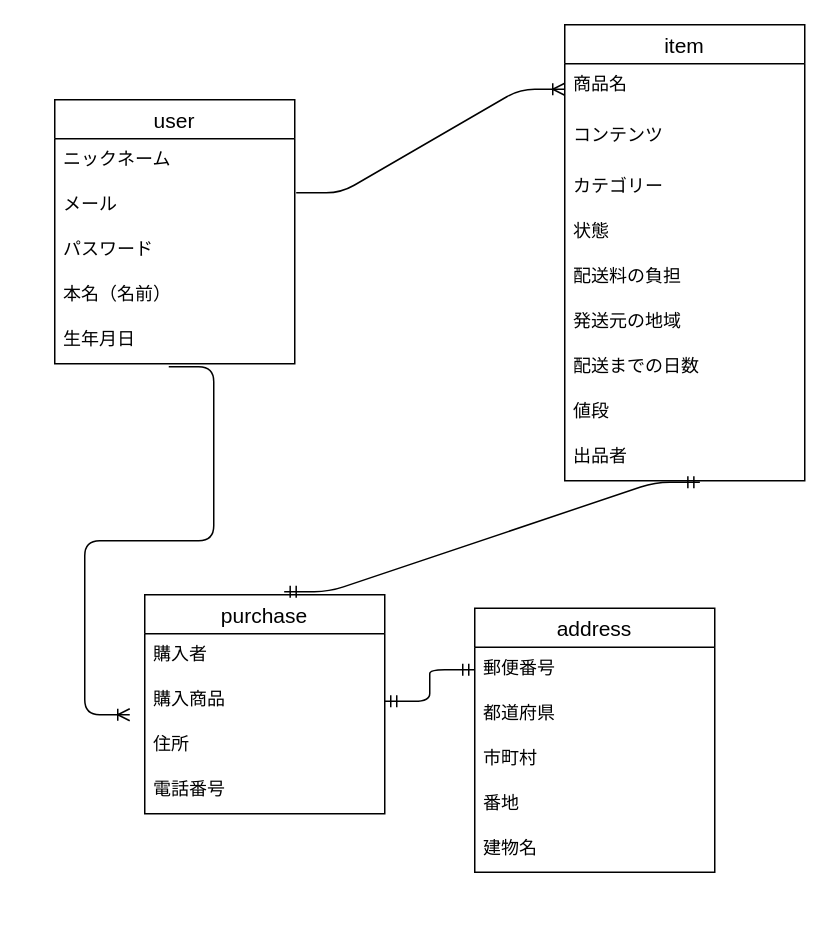
Taka41802/furima-41802 keeps this draw.io diagram as furima.dio. Above is the earlier version. Source tidied: cells renumbered, new cells numbered last; positions are measured from the earlier drawing's top-left corner, leaving out a move shared by most shapes. Both pictures are drawn from the tidied source at 150%, with x=0, y=0 at pixel (54, 24).
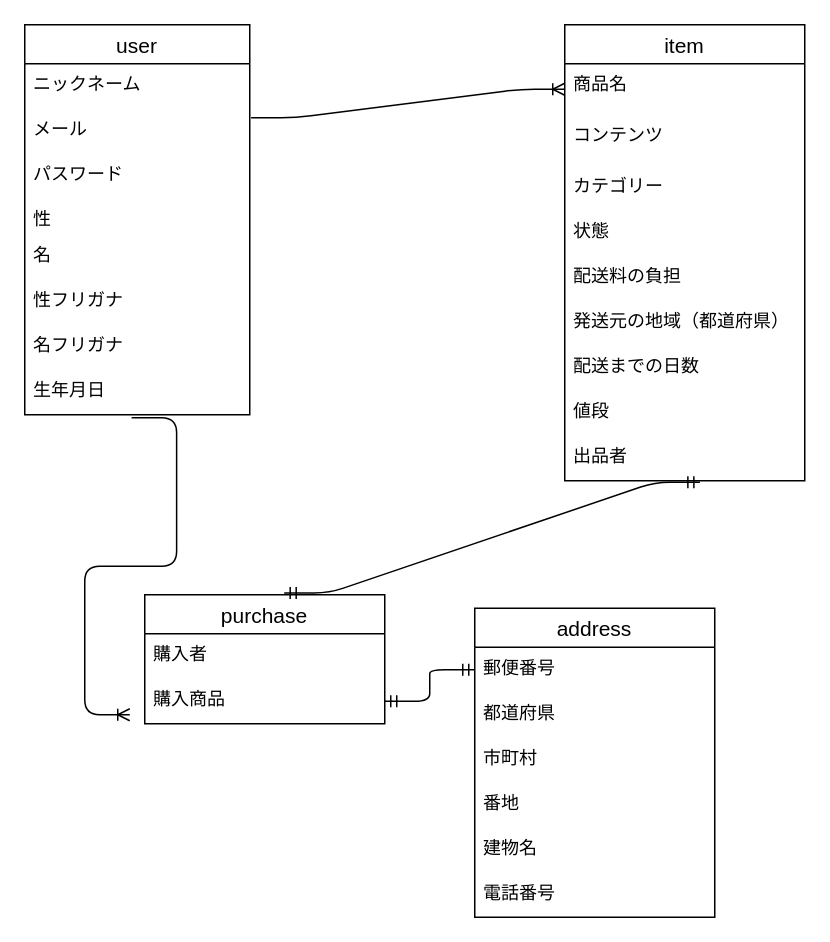
The same page after the edit.

Unchanged cells that the change refers to:
```xml
<mxCell id="2" value="item" style="swimlane;fontStyle=0;horizontal=1;startSize=26;align=center;fontSize=14;" parent="1" vertex="1">
  <mxGeometry x="340" width="160" height="304" as="geometry" />
</mxCell>
```

What changed in the source:
```diff
@@
-    <mxCell id="8" value="発送元の地域" style="text;strokeColor=none;fillColor=none;spacingLeft=4;spacingRight=4;overflow=hidden;fontSize=12;" parent="2" vertex="1">
-      <mxGeometry y="184" width="160" height="30" as="geometry" />
-    </mxCell>
+    <mxCell id="33" value="発送元の地域（都道府県）" style="text;strokeColor=none;fillColor=none;spacingLeft=4;spacingRight=4;overflow=hidden;fontSize=12;" parent="2" vertex="1">
+      <mxGeometry y="184" width="160" height="30" as="geometry" />
+    </mxCell>
@@
     <mxCell id="12" value="user" style="swimlane;fontStyle=0;horizontal=1;startSize=26;align=center;fontSize=14;" parent="1" vertex="1">
-      <mxGeometry y="50" width="160" height="176" as="geometry" />
+      <mxGeometry x="-20" width="150" height="260" as="geometry" />
     </mxCell>
     <mxCell id="13" value="ニックネーム" style="text;strokeColor=none;fillColor=none;spacingLeft=4;spacingRight=4;overflow=hidden;fontSize=12;" parent="12" vertex="1">
-      <mxGeometry y="26" width="160" height="30" as="geometry" />
+      <mxGeometry y="26" width="150" height="30" as="geometry" />
     </mxCell>
     <mxCell id="14" value="メール" style="text;strokeColor=none;fillColor=none;spacingLeft=4;spacingRight=4;overflow=hidden;points=[[0,0.5],[1,0.5]];portConstraint=eastwest;fontSize=12;" parent="12" vertex="1">
-      <mxGeometry y="56" width="160" height="30" as="geometry" />
+      <mxGeometry y="56" width="150" height="30" as="geometry" />
     </mxCell>
     <mxCell id="15" value="パスワード" style="text;strokeColor=none;fillColor=none;spacingLeft=4;spacingRight=4;overflow=hidden;fontSize=12;" parent="12" vertex="1">
-      <mxGeometry y="86" width="160" height="30" as="geometry" />
+      <mxGeometry y="86" width="150" height="30" as="geometry" />
     </mxCell>
-    <mxCell id="16" value="本名（名前）" style="text;strokeColor=none;fillColor=none;spacingLeft=4;spacingRight=4;overflow=hidden;fontSize=12;" parent="12" vertex="1">
-      <mxGeometry y="116" width="160" height="30" as="geometry" />
+    <mxCell id="16" value="性" style="text;strokeColor=none;fillColor=none;spacingLeft=4;spacingRight=4;overflow=hidden;fontSize=12;" parent="12" vertex="1">
+      <mxGeometry y="116" width="150" height="24" as="geometry" />
     </mxCell>
+    <mxCell id="34" value="名" style="text;strokeColor=none;fillColor=none;spacingLeft=4;spacingRight=4;overflow=hidden;fontSize=12;" parent="12" vertex="1">
+      <mxGeometry y="140" width="150" height="30" as="geometry" />
+    </mxCell>
+    <mxCell id="35" value="性フリガナ&#10;" style="text;strokeColor=none;fillColor=none;spacingLeft=4;spacingRight=4;overflow=hidden;fontSize=12;" parent="12" vertex="1">
+      <mxGeometry y="170" width="150" height="30" as="geometry" />
+    </mxCell>
+    <mxCell id="36" value="名フリガナ" style="text;strokeColor=none;fillColor=none;spacingLeft=4;spacingRight=4;overflow=hidden;fontSize=12;" parent="12" vertex="1">
+      <mxGeometry y="200" width="150" height="30" as="geometry" />
+    </mxCell>
     <mxCell id="17" value="生年月日" style="text;strokeColor=none;fillColor=none;spacingLeft=4;spacingRight=4;overflow=hidden;points=[[0,0.5],[1,0.5]];portConstraint=eastwest;fontSize=12;" parent="12" vertex="1">
-      <mxGeometry y="146" width="160" height="30" as="geometry" />
+      <mxGeometry y="230" width="150" height="30" as="geometry" />
     </mxCell>
     <mxCell id="18" value="purchase" style="swimlane;fontStyle=0;horizontal=1;startSize=26;align=center;fontSize=14;" parent="1" vertex="1">
-      <mxGeometry x="60" y="380" width="160" height="146" as="geometry" />
+      <mxGeometry x="60" y="380" width="160" height="86" as="geometry" />
     </mxCell>
@@
-    <mxCell id="21" value="住所" style="text;strokeColor=none;fillColor=none;spacingLeft=4;spacingRight=4;overflow=hidden;fontSize=12;" parent="18" vertex="1">
-      <mxGeometry y="86" width="160" height="30" as="geometry" />
-    </mxCell>
-    <mxCell id="22" value="電話番号" style="text;strokeColor=none;fillColor=none;spacingLeft=4;spacingRight=4;overflow=hidden;fontSize=12;" parent="18" vertex="1">
-      <mxGeometry y="116" width="160" height="30" as="geometry" />
-    </mxCell>
@@
     <mxCell id="26" value="address" style="swimlane;fontStyle=0;horizontal=1;startSize=26;align=center;fontSize=14;" parent="1" vertex="1">
-      <mxGeometry x="280" y="389" width="160" height="176" as="geometry" />
+      <mxGeometry x="280" y="389" width="160" height="206" as="geometry" />
     </mxCell>
@@
+    <mxCell id="22" value="電話番号" style="text;strokeColor=none;fillColor=none;spacingLeft=4;spacingRight=4;overflow=hidden;fontSize=12;" parent="26" vertex="1">
+      <mxGeometry y="176" width="160" height="30" as="geometry" />
+    </mxCell>
```
